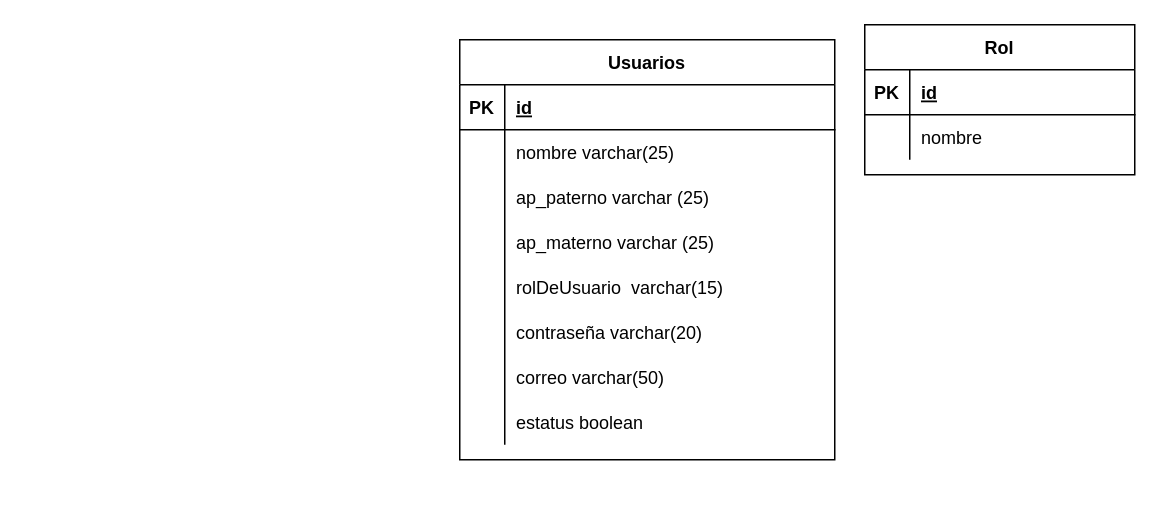
The draw.io diagram Diagrama BBDD.drawio in soolelu/pilotoE3-Back, before the edit. Source tidied: cells renumbered, new cells numbered last; positions are measured from the earlier drawing's top-left corner, leaving out a move shared by most shapes. Both pictures are drawn from the tidied source at 150%, with x=0, y=0 at pixel (459, 24).
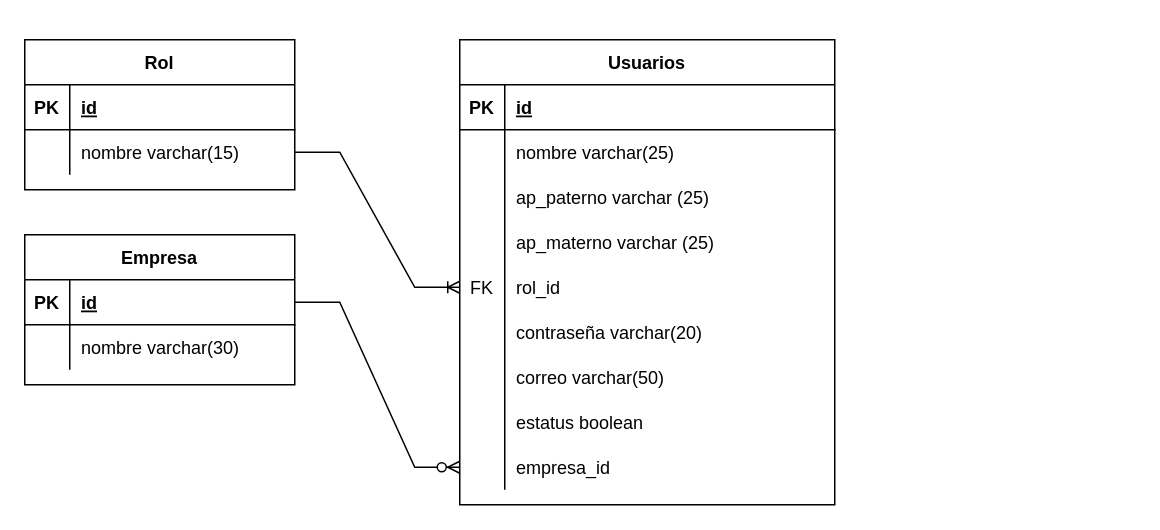
The same page after the edit.

The change refers to these unchanged cells:
```xml
<mxCell id="15" style="shape=partialRectangle;fillColor=none;points=[[0,0.5],[1,0.5]];portConstraint=eastwest;top=0;left=0;right=0;bottom=0;" parent="2" vertex="1">
  <mxGeometry y="150" width="250" height="30" as="geometry" />
</mxCell>
<mxCell id="31" style="shape=tableRow;horizontal=0;startSize=0;swimlaneHead=0;swimlaneBody=0;fillColor=none;points=[[0,0.5],[1,0.5]];portConstraint=eastwest;top=0;left=0;right=0;bottom=0;" parent="27" vertex="1">
  <mxGeometry y="60" width="180" height="30" as="geometry" />
</mxCell>
```

The edit, as a diff of the source:
```diff
@@
     <mxCell id="2" value="Usuarios" style="shape=table;startSize=30;childLayout=tableLayout;rowLines=0;fontStyle=1;align=center;" parent="1" vertex="1">
-      <mxGeometry y="10" width="250" height="280" as="geometry" />
+      <mxGeometry y="10" width="250" height="310" as="geometry" />
     </mxCell>
@@
-    <mxCell id="16" style="shape=partialRectangle;overflow=hidden;fillColor=none;top=0;left=0;bottom=0;right=0;" parent="15" vertex="1">
+    <mxCell id="16" value="FK" style="shape=partialRectangle;overflow=hidden;fillColor=none;top=0;left=0;bottom=0;right=0;" parent="15" vertex="1">
       <mxGeometry width="30" height="30" as="geometry" />
     </mxCell>
-    <mxCell id="17" value="rolDeUsuario  varchar(15)" style="shape=partialRectangle;overflow=hidden;fillColor=none;top=0;left=0;bottom=0;right=0;align=left;spacingLeft=6;" parent="15" vertex="1">
+    <mxCell id="17" value="rol_id" style="shape=partialRectangle;overflow=hidden;fillColor=none;top=0;left=0;bottom=0;right=0;align=left;spacingLeft=6;" parent="15" vertex="1">
       <mxGeometry x="30" width="220" height="30" as="geometry" />
     </mxCell>
@@
+    <mxCell id="34" style="shape=partialRectangle;fillColor=none;points=[[0,0.5],[1,0.5]];portConstraint=eastwest;top=0;left=0;right=0;bottom=0;" parent="2" vertex="1">
+      <mxGeometry y="270" width="250" height="30" as="geometry" />
+    </mxCell>
+    <mxCell id="35" style="shape=partialRectangle;overflow=hidden;fillColor=none;top=0;left=0;bottom=0;right=0;" parent="34" vertex="1">
+      <mxGeometry width="30" height="30" as="geometry" />
+    </mxCell>
+    <mxCell id="36" value="empresa_id" style="shape=partialRectangle;overflow=hidden;fillColor=none;top=0;left=0;bottom=0;right=0;align=left;spacingLeft=6;" parent="34" vertex="1">
+      <mxGeometry x="30" width="220" height="30" as="geometry" />
+    </mxCell>
     <mxCell id="27" value="Rol" style="shape=table;startSize=30;childLayout=tableLayout;rowLines=0;fontStyle=1;align=center;" parent="1" vertex="1">
-      <mxGeometry x="270" width="180" height="100" as="geometry" />
+      <mxGeometry x="-290" y="10" width="180" height="100" as="geometry" />
     </mxCell>
@@
-    <mxCell id="33" value="nombre" style="shape=partialRectangle;fillColor=none;top=0;left=0;bottom=0;right=0;align=left;spacingLeft=6;overflow=hidden;" parent="31" vertex="1">
+    <mxCell id="33" value="nombre varchar(15)" style="shape=partialRectangle;fillColor=none;top=0;left=0;bottom=0;right=0;align=left;spacingLeft=6;overflow=hidden;" parent="31" vertex="1">
       <mxGeometry x="30" width="150" height="30" as="geometry" />
     </mxCell>
+    <mxCell id="37" style="edgeStyle=entityRelationEdgeStyle;fontSize=12;html=1;endArrow=ERoneToMany;rounded=0;exitX=1;exitY=0.5;exitDx=0;exitDy=0;entryX=0;entryY=0.5;entryDx=0;entryDy=0;" parent="1" edge="1" source="31" target="15">
+      <mxGeometry relative="1" as="geometry" />
+    </mxCell>
+    <mxCell id="38" value="Empresa" style="shape=table;startSize=30;childLayout=tableLayout;rowLines=0;fontStyle=1;align=center;" parent="1" vertex="1">
+      <mxGeometry x="-290" y="140" width="180" height="100" as="geometry" />
+    </mxCell>
+    <mxCell id="39" style="shape=tableRow;horizontal=0;startSize=0;swimlaneHead=0;swimlaneBody=0;fillColor=none;points=[[0,0.5],[1,0.5]];portConstraint=eastwest;top=0;left=0;right=0;bottom=1;" parent="38" vertex="1">
+      <mxGeometry y="30" width="180" height="30" as="geometry" />
+    </mxCell>
+    <mxCell id="40" value="PK" style="shape=partialRectangle;fillColor=none;top=0;left=0;bottom=0;right=0;fontStyle=1;overflow=hidden;" parent="39" vertex="1">
+      <mxGeometry width="30" height="30" as="geometry" />
+    </mxCell>
+    <mxCell id="41" value="id" style="shape=partialRectangle;fillColor=none;top=0;left=0;bottom=0;right=0;align=left;spacingLeft=6;fontStyle=5;overflow=hidden;" parent="39" vertex="1">
+      <mxGeometry x="30" width="150" height="30" as="geometry" />
+    </mxCell>
+    <mxCell id="42" style="shape=tableRow;horizontal=0;startSize=0;swimlaneHead=0;swimlaneBody=0;fillColor=none;top=0;left=0;right=0;bottom=0;" parent="38" vertex="1">
+      <mxGeometry y="60" width="180" height="30" as="geometry" />
+    </mxCell>
+    <mxCell id="43" style="shape=partialRectangle;fillColor=none;top=0;left=0;bottom=0;right=0;overflow=hidden;" parent="42" vertex="1">
+      <mxGeometry width="30" height="30" as="geometry" />
+    </mxCell>
+    <mxCell id="44" value="nombre varchar(30)" style="shape=partialRectangle;fillColor=none;top=0;left=0;bottom=0;right=0;align=left;spacingLeft=6;overflow=hidden;" parent="42" vertex="1">
+      <mxGeometry x="30" width="150" height="30" as="geometry" />
+    </mxCell>
+    <mxCell id="45" style="edgeStyle=entityRelationEdgeStyle;fontSize=12;html=1;endArrow=ERzeroToMany;endFill=1;rounded=0;exitX=1;exitY=0.5;exitDx=0;exitDy=0;entryX=0;entryY=0.5;entryDx=0;entryDy=0;" parent="1" edge="1" source="39" target="34">
+      <mxGeometry relative="1" as="geometry" />
+    </mxCell>
```
